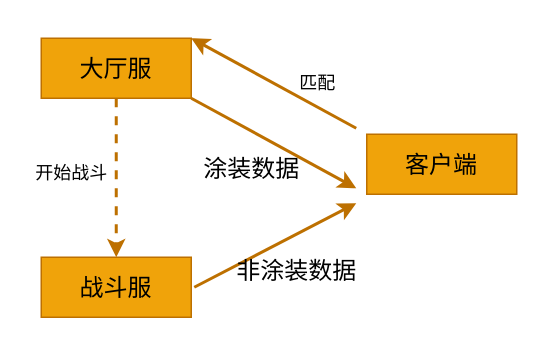
Before: battle.drawio in imzoer/design-pattern, a draw.io diagram. Source tidied: cells renumbered, new cells numbered last; positions are measured from the earlier drawing's top-left corner, leaving out a move shared by most shapes. Both pictures are drawn from the tidied source at 150%, with x=0, y=0 at pixel (26, 38).
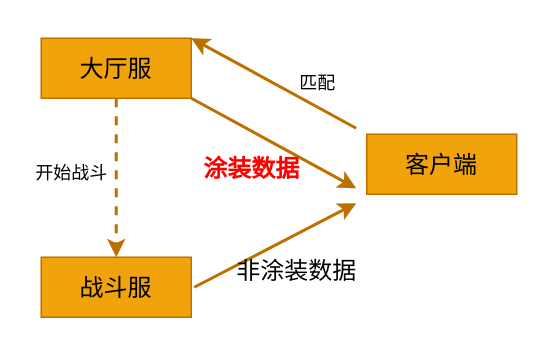
After the change.

Diff of the diagram source:
```diff
@@
 <mxGraphModel>
   <root>
     <mxCell id="0" />
     <mxCell id="1" parent="0" />
     <mxCell id="2" style="edgeStyle=orthogonalEdgeStyle;rounded=0;jettySize=auto;html=1;exitX=0.5;exitY=1;exitDx=0;exitDy=0;entryX=0.5;entryY=0;entryDx=0;entryDy=0;strokeWidth=2;fillColor=#f0a30a;strokeColor=#BD7000;dashed=1;" parent="1" edge="1" source="3" target="6">
       <mxGeometry relative="1" as="geometry" />
     </mxCell>
     <mxCell id="3" value="&lt;font style=&quot;font-size: 16px&quot; color=&quot;#000000&quot;&gt;大厅&lt;font style=&quot;font-size: 16px&quot;&gt;服&lt;/font&gt;&lt;/font&gt;" style="rounded=0;whiteSpace=wrap;html=1;fillColor=#f0a30a;strokeColor=#BD7000;fontColor=#ffffff;" parent="1" vertex="1">
       <mxGeometry x="10" width="100" height="40" as="geometry" />
     </mxCell>
     <mxCell id="4" style="edgeStyle=none;rounded=0;jettySize=auto;html=1;exitX=1;exitY=1;exitDx=0;exitDy=0;strokeWidth=2;fillColor=#f0a30a;strokeColor=#BD7000;" parent="1" edge="1" source="3">
       <mxGeometry relative="1" as="geometry">
         <mxPoint x="220" y="100" as="targetPoint" />
       </mxGeometry>
     </mxCell>
     <mxCell id="5" style="edgeStyle=none;rounded=0;orthogonalLoop=1;jettySize=auto;html=1;exitX=1;exitY=0.5;exitDx=0;exitDy=0;strokeWidth=2;fillColor=#f0a30a;strokeColor=#BD7000;" parent="1" edge="1">
       <mxGeometry relative="1" as="geometry">
         <mxPoint x="112" y="166" as="sourcePoint" />
         <mxPoint x="220" y="110" as="targetPoint" />
       </mxGeometry>
     </mxCell>
     <mxCell id="6" value="&lt;span style=&quot;font-size: 16px&quot;&gt;战斗服&lt;/span&gt;" style="rounded=0;whiteSpace=wrap;html=1;fillColor=#f0a30a;strokeColor=#BD7000;fontColor=#000000;" parent="1" vertex="1">
       <mxGeometry x="10" y="146" width="100" height="40" as="geometry" />
     </mxCell>
     <mxCell id="7" style="edgeStyle=none;rounded=0;jettySize=auto;html=1;entryX=1;entryY=0;entryDx=0;entryDy=0;strokeWidth=2;fillColor=#f0a30a;strokeColor=#BD7000;" parent="1" edge="1" target="3">
       <mxGeometry relative="1" as="geometry">
         <mxPoint x="220" y="60" as="sourcePoint" />
       </mxGeometry>
     </mxCell>
     <mxCell id="8" value="&lt;span style=&quot;font-size: 16px&quot;&gt;客户端&lt;/span&gt;" style="rounded=0;whiteSpace=wrap;html=1;fillColor=#f0a30a;strokeColor=#BD7000;fontColor=#000000;" parent="1" vertex="1">
       <mxGeometry x="227" y="64" width="100" height="40" as="geometry" />
     </mxCell>
     <mxCell id="9" value="匹配" style="text;html=1;align=center;verticalAlign=middle;" parent="1" vertex="1">
       <mxGeometry x="174" y="20" width="40" height="20" as="geometry" />
     </mxCell>
     <mxCell id="10" value="开始战斗" style="text;html=1;align=center;verticalAlign=middle;" parent="1" vertex="1">
       <mxGeometry y="80" width="60" height="20" as="geometry" />
     </mxCell>
-    <mxCell id="11" value="&lt;font style=&quot;font-size: 16px&quot;&gt;涂装数据&lt;/font&gt;" style="text;html=1;align=center;verticalAlign=middle;" parent="1" vertex="1">
+    <mxCell id="11" value="&lt;font style=&quot;font-size: 16px&quot; color=&quot;#ff0000&quot;&gt;&lt;b&gt;涂装数据&lt;/b&gt;&lt;/font&gt;" style="text;html=1;align=center;verticalAlign=middle;" parent="1" vertex="1">
       <mxGeometry x="110" y="77" width="80" height="20" as="geometry" />
     </mxCell>
     <mxCell id="12" value="&lt;font style=&quot;font-size: 16px&quot;&gt;非涂装数据&lt;/font&gt;" style="text;html=1;align=center;verticalAlign=middle;" parent="1" vertex="1">
       <mxGeometry x="130" y="145" width="100" height="20" as="geometry" />
     </mxCell>
   </root>
 </mxGraphModel>
```
